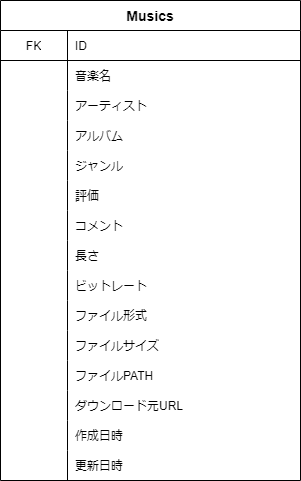
Before: er.drawio.png, a diagram exported from draw.io (monomonosu/SoundHornet-Test). Source tidied: cells renumbered, new cells last; positions are measured from the earlier drawing's top-left corner, leaving out a move shared by most shapes.
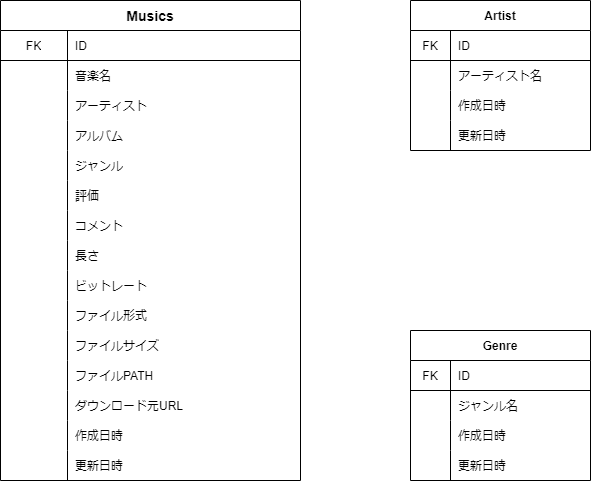
Above is the later version.

Commit message:
モデル図にアーティスト・ジャンルテーブル追加

Change to the diagram source:
```diff
@@ -140,5 +140,83 @@
     <mxCell id="47" value="更新日時" style="shape=partialRectangle;html=1;whiteSpace=wrap;fillColor=none;top=0;left=0;bottom=0;right=0;align=left;spacingLeft=6;overflow=hidden;" parent="45" vertex="1">
       <mxGeometry x="67" width="233" height="30" as="geometry" />
     </mxCell>
+    <mxCell id="48" value="Artist" style="shape=table;startSize=30;rowLines=0;fontStyle=1;align=center;" parent="1" vertex="1">
+      <mxGeometry x="410" width="180" height="150" as="geometry" />
+    </mxCell>
+    <mxCell id="49" style="shape=partialRectangle;html=1;whiteSpace=wrap;fillColor=none;top=0;left=0;bottom=1;right=0;" parent="48" vertex="1">
+      <mxGeometry y="30" width="180" height="30" as="geometry" />
+    </mxCell>
+    <mxCell id="50" value="FK" style="shape=partialRectangle;html=1;whiteSpace=wrap;fillColor=none;top=0;left=0;bottom=0;right=0;overflow=hidden;" parent="49" vertex="1">
+      <mxGeometry width="40" height="30" as="geometry" />
+    </mxCell>
+    <mxCell id="51" value="ID" style="shape=partialRectangle;html=1;whiteSpace=wrap;fillColor=none;top=0;left=0;bottom=0;right=0;align=left;spacingLeft=6;overflow=hidden;" parent="49" vertex="1">
+      <mxGeometry x="40" width="140" height="30" as="geometry" />
+    </mxCell>
+    <mxCell id="52" style="shape=partialRectangle;html=1;whiteSpace=wrap;fillColor=none;top=0;left=0;bottom=0;right=0;" parent="48" vertex="1">
+      <mxGeometry y="60" width="180" height="30" as="geometry" />
+    </mxCell>
+    <mxCell id="53" style="shape=partialRectangle;html=1;whiteSpace=wrap;fillColor=none;top=0;left=0;bottom=0;right=0;overflow=hidden;" parent="52" vertex="1">
+      <mxGeometry width="40" height="30" as="geometry" />
+    </mxCell>
+    <mxCell id="54" value="アーティスト名" style="shape=partialRectangle;html=1;whiteSpace=wrap;fillColor=none;top=0;left=0;bottom=0;right=0;align=left;spacingLeft=6;overflow=hidden;" parent="52" vertex="1">
+      <mxGeometry x="40" width="140" height="30" as="geometry" />
+    </mxCell>
+    <mxCell id="55" style="shape=partialRectangle;html=1;whiteSpace=wrap;fillColor=none;top=0;left=0;bottom=0;right=0;" parent="48" vertex="1">
+      <mxGeometry y="90" width="180" height="30" as="geometry" />
+    </mxCell>
+    <mxCell id="56" style="shape=partialRectangle;html=1;whiteSpace=wrap;fillColor=none;top=0;left=0;bottom=0;right=0;overflow=hidden;" parent="55" vertex="1">
+      <mxGeometry width="40" height="30" as="geometry" />
+    </mxCell>
+    <mxCell id="57" value="作成日時" style="shape=partialRectangle;html=1;whiteSpace=wrap;fillColor=none;top=0;left=0;bottom=0;right=0;align=left;spacingLeft=6;overflow=hidden;" parent="55" vertex="1">
+      <mxGeometry x="40" width="140" height="30" as="geometry" />
+    </mxCell>
+    <mxCell id="58" style="shape=partialRectangle;html=1;whiteSpace=wrap;fillColor=none;top=0;left=0;bottom=0;right=0;" parent="48" vertex="1">
+      <mxGeometry y="120" width="180" height="30" as="geometry" />
+    </mxCell>
+    <mxCell id="59" style="shape=partialRectangle;html=1;whiteSpace=wrap;fillColor=none;top=0;left=0;bottom=0;right=0;overflow=hidden;" parent="58" vertex="1">
+      <mxGeometry width="40" height="30" as="geometry" />
+    </mxCell>
+    <mxCell id="60" value="更新日時" style="shape=partialRectangle;html=1;whiteSpace=wrap;fillColor=none;top=0;left=0;bottom=0;right=0;align=left;spacingLeft=6;overflow=hidden;" parent="58" vertex="1">
+      <mxGeometry x="40" width="140" height="30" as="geometry" />
+    </mxCell>
+    <mxCell id="61" value="Genre" style="shape=table;startSize=30;rowLines=0;fontStyle=1;align=center;" parent="1" vertex="1">
+      <mxGeometry x="410" y="330" width="180" height="150" as="geometry" />
+    </mxCell>
+    <mxCell id="62" style="shape=partialRectangle;html=1;whiteSpace=wrap;fillColor=none;top=0;left=0;bottom=1;right=0;" parent="61" vertex="1">
+      <mxGeometry y="30" width="180" height="30" as="geometry" />
+    </mxCell>
+    <mxCell id="63" value="FK" style="shape=partialRectangle;html=1;whiteSpace=wrap;fillColor=none;top=0;left=0;bottom=0;right=0;overflow=hidden;" parent="62" vertex="1">
+      <mxGeometry width="40" height="30" as="geometry" />
+    </mxCell>
+    <mxCell id="64" value="ID" style="shape=partialRectangle;html=1;whiteSpace=wrap;fillColor=none;top=0;left=0;bottom=0;right=0;align=left;spacingLeft=6;overflow=hidden;" parent="62" vertex="1">
+      <mxGeometry x="40" width="140" height="30" as="geometry" />
+    </mxCell>
+    <mxCell id="65" style="shape=partialRectangle;html=1;whiteSpace=wrap;fillColor=none;top=0;left=0;bottom=0;right=0;" parent="61" vertex="1">
+      <mxGeometry y="60" width="180" height="30" as="geometry" />
+    </mxCell>
+    <mxCell id="66" style="shape=partialRectangle;html=1;whiteSpace=wrap;fillColor=none;top=0;left=0;bottom=0;right=0;overflow=hidden;" parent="65" vertex="1">
+      <mxGeometry width="40" height="30" as="geometry" />
+    </mxCell>
+    <mxCell id="67" value="ジャンル名" style="shape=partialRectangle;html=1;whiteSpace=wrap;fillColor=none;top=0;left=0;bottom=0;right=0;align=left;spacingLeft=6;overflow=hidden;" parent="65" vertex="1">
+      <mxGeometry x="40" width="140" height="30" as="geometry" />
+    </mxCell>
+    <mxCell id="68" style="shape=partialRectangle;html=1;whiteSpace=wrap;fillColor=none;top=0;left=0;bottom=0;right=0;" parent="61" vertex="1">
+      <mxGeometry y="90" width="180" height="30" as="geometry" />
+    </mxCell>
+    <mxCell id="69" style="shape=partialRectangle;html=1;whiteSpace=wrap;fillColor=none;top=0;left=0;bottom=0;right=0;overflow=hidden;" parent="68" vertex="1">
+      <mxGeometry width="40" height="30" as="geometry" />
+    </mxCell>
+    <mxCell id="70" value="作成日時" style="shape=partialRectangle;html=1;whiteSpace=wrap;fillColor=none;top=0;left=0;bottom=0;right=0;align=left;spacingLeft=6;overflow=hidden;" parent="68" vertex="1">
+      <mxGeometry x="40" width="140" height="30" as="geometry" />
+    </mxCell>
+    <mxCell id="71" style="shape=partialRectangle;html=1;whiteSpace=wrap;fillColor=none;top=0;left=0;bottom=0;right=0;" parent="61" vertex="1">
+      <mxGeometry y="120" width="180" height="30" as="geometry" />
+    </mxCell>
+    <mxCell id="72" style="shape=partialRectangle;html=1;whiteSpace=wrap;fillColor=none;top=0;left=0;bottom=0;right=0;overflow=hidden;" parent="71" vertex="1">
+      <mxGeometry width="40" height="30" as="geometry" />
+    </mxCell>
+    <mxCell id="73" value="更新日時" style="shape=partialRectangle;html=1;whiteSpace=wrap;fillColor=none;top=0;left=0;bottom=0;right=0;align=left;spacingLeft=6;overflow=hidden;" parent="71" vertex="1">
+      <mxGeometry x="40" width="140" height="30" as="geometry" />
+    </mxCell>
   </root>
 </mxGraphModel>
```
